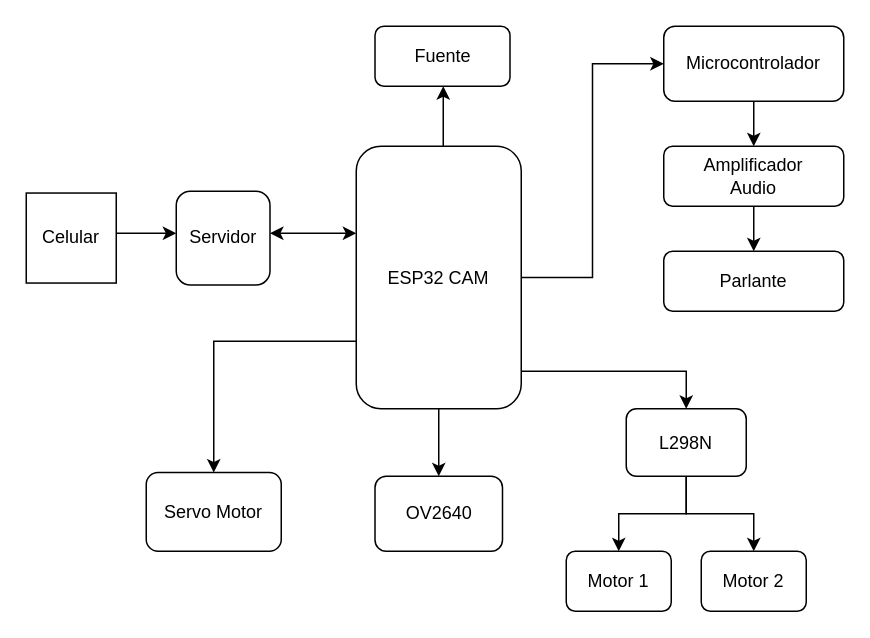
The draw.io diagram Diagrama_bloques.drawio in Davidariza99/Ejemplo-1, before the edit. Source tidied: cells renumbered, new cells numbered last; positions are measured from the earlier drawing's top-left corner, leaving out a move shared by most shapes. Both pictures are drawn from the tidied source at 150%, with x=0, y=0 at pixel (26, 26).
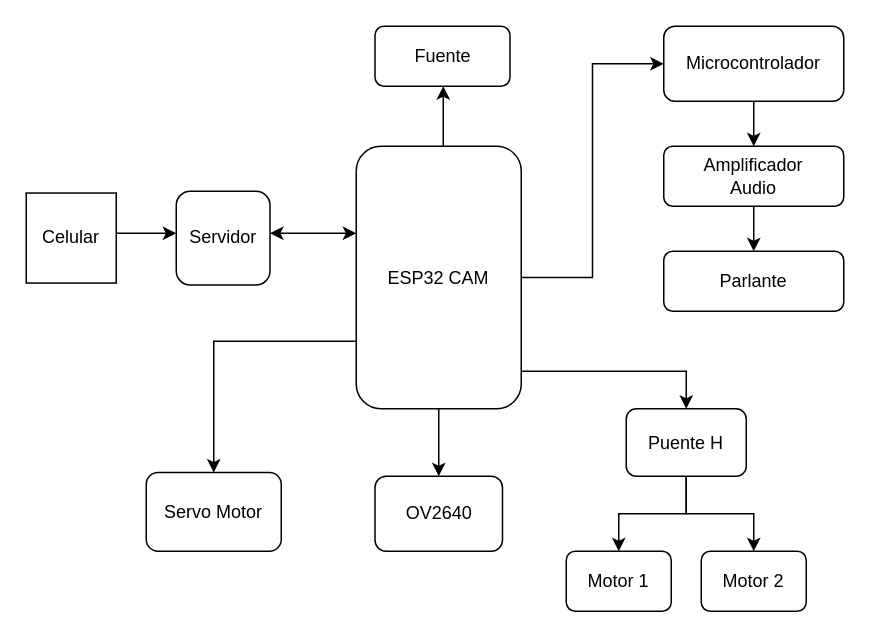
Above is the later version.

What changed in the source:
```diff
@@
-    <mxCell id="15" value="L298N" style="whiteSpace=wrap;html=1;rounded=1;strokeWidth=1;" parent="1" vertex="1">
+    <mxCell id="15" value="Puente H" style="whiteSpace=wrap;html=1;rounded=1;strokeWidth=1;" parent="1" vertex="1">
       <mxGeometry x="400" y="255" width="80" height="45" as="geometry" />
     </mxCell>
```
